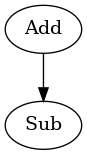
Before: lib/fusion/graph.png, a diagram exported from Graphviz (hal-lab-u-tokyo/PolyFHE). Its source is kept beside it as lib/fusion/graph.dot. The source it was exported from:
```dot
digraph G {
0[label=Add];
1[label=Sub];
0->1 ;
}
```
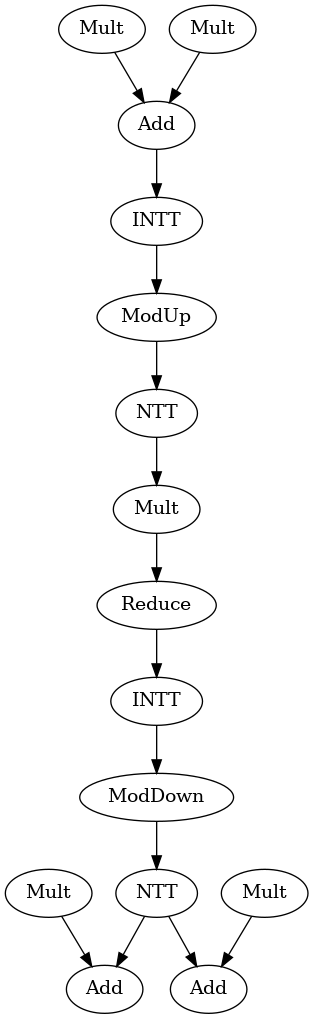
After the change.

Commit message:
add HMult graph

The edit, as a diff of the source:
```diff
@@ -1,5 +1,31 @@
 digraph G {
-0[label=Add];
-1[label=Sub];
-0->1 ;
+0[label=Mult];
+1[label=Mult];
+2[label=Mult];
+3[label=Mult];
+4[label=Add];
+5[label=INTT];
+6[label=ModUp];
+7[label=NTT];
+8[label=Mult];
+9[label=Reduce];
+10[label=INTT];
+11[label=ModDown];
+12[label=NTT];
+13[label=Add];
+14[label=Add];
+0->13 ;
+1->4 ;
+2->4 ;
+3->14 ;
+4->5 ;
+5->6 ;
+6->7 ;
+7->8 ;
+8->9 ;
+9->10 ;
+10->11 ;
+11->12 ;
+12->13 ;
+12->14 ;
 }
```
